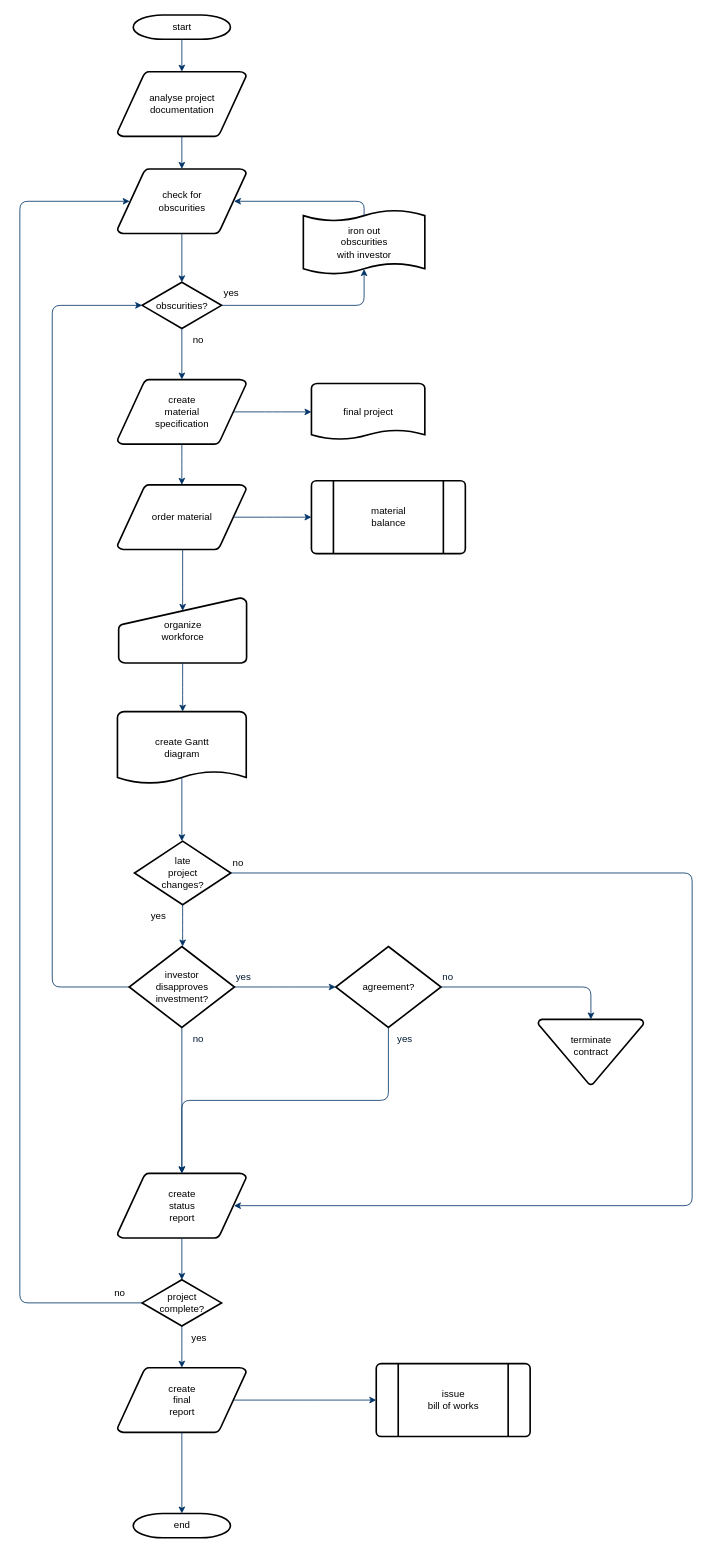
The draw.io diagram Untitled Diagram.drawio in Threadalive/myGitRepository, before the edit. Source tidied: cells renumbered, new cells numbered last; positions are measured from the earlier drawing's top-left corner, leaving out a move shared by most shapes. Both pictures are drawn from the tidied source at 81%, with x=0, y=0 at pixel (19, 15).
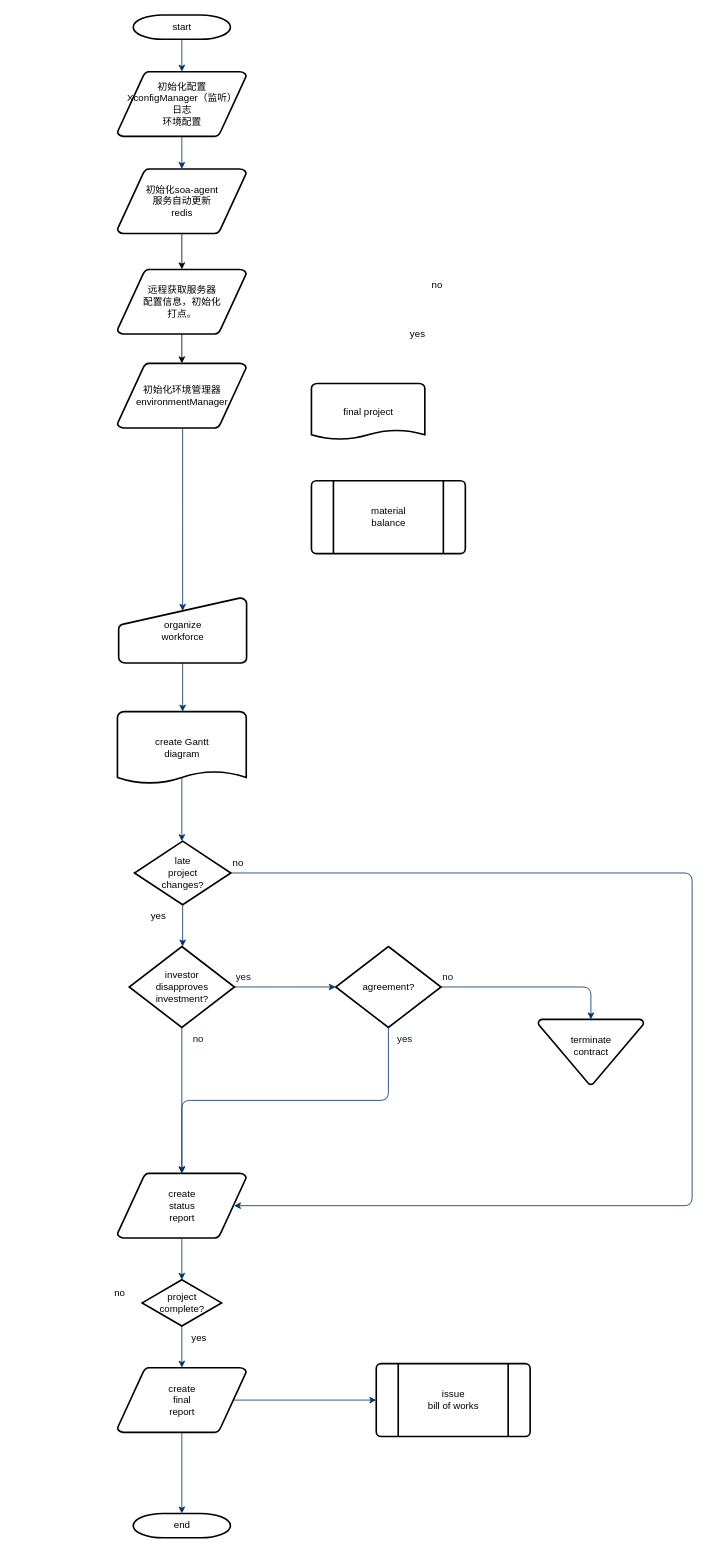
The same diagram, later.

Unchanged cells that the change refers to:
```xml
<mxCell id="15" value="final project" style="shape=mxgraph.flowchart.document;strokeWidth=2;gradientColor=none;gradientDirection=north;fontStyle=0;html=1;" parent="1" vertex="1">
  <mxGeometry x="360" y="455" width="140" height="70" as="geometry" />
</mxCell>
<mxCell id="18" value="material&#10;balance" style="shape=mxgraph.flowchart.predefined_process;strokeWidth=2;gradientColor=none;gradientDirection=north;fontStyle=0;html=1;" parent="1" vertex="1">
  <mxGeometry x="360" y="575" width="190" height="90" as="geometry" />
</mxCell>
<mxCell id="28" value="investor&#10;disapproves&#10; investment?" style="shape=mxgraph.flowchart.decision;strokeWidth=2;gradientColor=none;gradientDirection=north;fontStyle=0;html=1;" parent="1" vertex="1">
  <mxGeometry x="135" y="1150" width="130" height="100" as="geometry" />
</mxCell>
<mxCell id="37" value="project&#10;complete?" style="shape=mxgraph.flowchart.decision;strokeWidth=2;gradientColor=none;gradientDirection=north;fontStyle=0;html=1;" parent="1" vertex="1">
  <mxGeometry x="151" y="1561.5" width="98" height="57" as="geometry" />
</mxCell>
```

The edit, as a diff of the source:
```diff
@@
-    <mxCell id="3" value="analyse project&#10; documentation" style="shape=mxgraph.flowchart.data;strokeWidth=2;gradientColor=none;gradientDirection=north;fontStyle=0;html=1;" parent="1" vertex="1">
+    <mxCell id="3" value="初始化配置&lt;br&gt;XconfigManager（监听）&lt;br&gt;日志&lt;br&gt;环境配置" style="shape=mxgraph.flowchart.data;strokeWidth=2;gradientColor=none;gradientDirection=north;fontStyle=0;html=1;" parent="1" vertex="1">
       <mxGeometry x="120.5" y="70" width="159" height="80" as="geometry" />
     </mxCell>
+    <mxCell id="17" style="edgeStyle=orthogonalEdgeStyle;rounded=0;jettySize=auto;html=1;exitX=0.5;exitY=1;exitDx=0;exitDy=0;exitPerimeter=0;entryX=0.5;entryY=0;entryDx=0;entryDy=0;entryPerimeter=0;" parent="1" edge="1" source="4" target="13">
+      <mxGeometry relative="1" as="geometry" />
+    </mxCell>
-    <mxCell id="4" value="create&#10;material&#10;specification" style="shape=mxgraph.flowchart.data;strokeWidth=2;gradientColor=none;gradientDirection=north;fontStyle=0;html=1;" parent="1" vertex="1">
-      <mxGeometry x="120.5" y="450" width="159" height="80" as="geometry" />
+    <mxCell id="4" value="远程获取服务器&lt;br&gt;配置信息，初始化&lt;br&gt;打点。" style="shape=mxgraph.flowchart.data;strokeWidth=2;gradientColor=none;gradientDirection=north;fontStyle=0;html=1;" parent="1" vertex="1">
+      <mxGeometry x="120.5" y="314" width="159" height="80" as="geometry" />
     </mxCell>
+    <mxCell id="56" style="edgeStyle=orthogonalEdgeStyle;rounded=0;jettySize=auto;html=1;exitX=0.5;exitY=1;exitDx=0;exitDy=0;exitPerimeter=0;entryX=0.5;entryY=0;entryDx=0;entryDy=0;entryPerimeter=0;" parent="1" edge="1" source="5" target="4">
+      <mxGeometry relative="1" as="geometry" />
+    </mxCell>
-    <mxCell id="5" value="check for&#10;obscurities" style="shape=mxgraph.flowchart.data;strokeWidth=2;gradientColor=none;gradientDirection=north;fontStyle=0;html=1;" parent="1" vertex="1">
+    <mxCell id="5" value="初始化soa-agent&lt;br&gt;服务自动更新&lt;br&gt;redis" style="shape=mxgraph.flowchart.data;strokeWidth=2;gradientColor=none;gradientDirection=north;fontStyle=0;html=1;" parent="1" vertex="1">
       <mxGeometry x="120.5" y="190" width="159" height="80" as="geometry" />
     </mxCell>
-    <mxCell id="6" value="obscurities?" style="shape=mxgraph.flowchart.decision;strokeWidth=2;gradientColor=none;gradientDirection=north;fontStyle=0;html=1;" parent="1" vertex="1">
-      <mxGeometry x="151" y="330" width="98" height="57" as="geometry" />
-    </mxCell>
@@
-    <mxCell id="9" style="entryX=0.5;entryY=0;entryPerimeter=0;fontStyle=1;strokeColor=#003366;strokeWidth=1;html=1;" parent="1" edge="1" source="5" target="6">
-      <mxGeometry relative="1" as="geometry" />
-    </mxCell>
-    <mxCell id="10" style="edgeStyle=elbowEdgeStyle;elbow=horizontal;entryX=0.5;entryY=0.91;entryPerimeter=0;exitX=1;exitY=0.5;exitPerimeter=0;fontStyle=1;strokeColor=#003366;strokeWidth=1;html=1;" parent="1" edge="1" source="6" target="51">
-      <mxGeometry x="381" y="28.5" as="geometry">
-        <Array as="points">
-          <mxPoint x="425" y="340" />
-        </Array>
-      </mxGeometry>
-    </mxCell>
     <mxCell id="11" value="yes" style="text;fontStyle=0;html=1;strokeColor=none;gradientColor=none;fillColor=none;strokeWidth=2;" parent="1" vertex="1">
-      <mxGeometry x="250" y="330" width="40" height="26" as="geometry" />
+      <mxGeometry x="480" y="380" width="40" height="26" as="geometry" />
     </mxCell>
-    <mxCell id="12" style="edgeStyle=elbowEdgeStyle;elbow=horizontal;fontColor=#001933;fontStyle=1;strokeColor=#003366;strokeWidth=1;html=1;" parent="1" edge="1" source="6" target="4">
-      <mxGeometry as="geometry" />
-    </mxCell>
-    <mxCell id="13" value="order material" style="shape=mxgraph.flowchart.data;strokeWidth=2;gradientColor=none;gradientDirection=north;fontStyle=0;html=1;" parent="1" vertex="1">
-      <mxGeometry x="120.5" y="580" width="159" height="80" as="geometry" />
+    <mxCell id="13" value="初始化环境管理器&lt;br&gt;environmentManager" style="shape=mxgraph.flowchart.data;strokeWidth=2;gradientColor=none;gradientDirection=north;fontStyle=0;html=1;" parent="1" vertex="1">
+      <mxGeometry x="120.5" y="430" width="159" height="80" as="geometry" />
     </mxCell>
     <mxCell id="14" value="no" style="text;fontStyle=0;html=1;strokeColor=none;gradientColor=none;fillColor=none;strokeWidth=2;align=center;" parent="1" vertex="1">
-      <mxGeometry x="200" y="387" width="40" height="26" as="geometry" />
+      <mxGeometry x="495" y="320" width="40" height="26" as="geometry" />
     </mxCell>
@@
-    <mxCell id="16" style="edgeStyle=elbowEdgeStyle;elbow=horizontal;exitX=0.905;exitY=0.5;exitPerimeter=0;fontStyle=1;strokeColor=#003366;strokeWidth=1;html=1;" parent="1" edge="1" source="4" target="15">
-      <mxGeometry as="geometry" />
-    </mxCell>
-    <mxCell id="17" style="edgeStyle=elbowEdgeStyle;elbow=horizontal;fontStyle=1;strokeColor=#003366;strokeWidth=1;html=1;" parent="1" edge="1" source="4" target="13">
-      <mxGeometry as="geometry" />
-    </mxCell>
@@
-    <mxCell id="19" style="edgeStyle=elbowEdgeStyle;elbow=horizontal;exitX=0.905;exitY=0.5;exitPerimeter=0;fontStyle=1;strokeColor=#003366;strokeWidth=1;html=1;" parent="1" edge="1" source="13" target="18">
-      <mxGeometry as="geometry" />
-    </mxCell>
@@
-    <mxCell id="26" style="edgeStyle=elbowEdgeStyle;elbow=horizontal;exitX=0;exitY=0.5;exitPerimeter=0;entryX=0;entryY=0.5;entryPerimeter=0;fontStyle=1;strokeColor=#003366;strokeWidth=1;html=1;" parent="1" edge="1" source="28" target="6">
-      <mxGeometry as="geometry">
-        <Array as="points">
-          <mxPoint x="40" y="790" />
-        </Array>
-      </mxGeometry>
-    </mxCell>
@@
-    <mxCell id="51" value="iron out&#10;obscurities &#10;with investor" style="shape=mxgraph.flowchart.paper_tape;strokeWidth=2;gradientColor=none;gradientDirection=north;fontStyle=0;html=1;" parent="1" vertex="1">
-      <mxGeometry x="350" y="240" width="150" height="81" as="geometry" />
-    </mxCell>
-    <mxCell id="52" style="edgeStyle=elbowEdgeStyle;elbow=horizontal;exitX=0.5;exitY=0.09;exitPerimeter=0;entryX=0.905;entryY=0.5;entryPerimeter=0;fontStyle=1;strokeColor=#003366;strokeWidth=1;html=1;" parent="1" edge="1" source="51" target="5">
-      <mxGeometry as="geometry">
-        <Array as="points">
-          <mxPoint x="425" y="240" />
-        </Array>
-      </mxGeometry>
-    </mxCell>
@@
-    <mxCell id="54" style="edgeStyle=elbowEdgeStyle;elbow=horizontal;exitX=0;exitY=0.5;exitPerimeter=0;entryX=0.095;entryY=0.5;entryPerimeter=0;fontStyle=1;strokeColor=#003366;strokeWidth=1;html=1;" parent="1" edge="1" source="37" target="5">
-      <mxGeometry as="geometry">
-        <Array as="points">
-          <mxPoint y="910" />
-        </Array>
-      </mxGeometry>
-    </mxCell>
```
